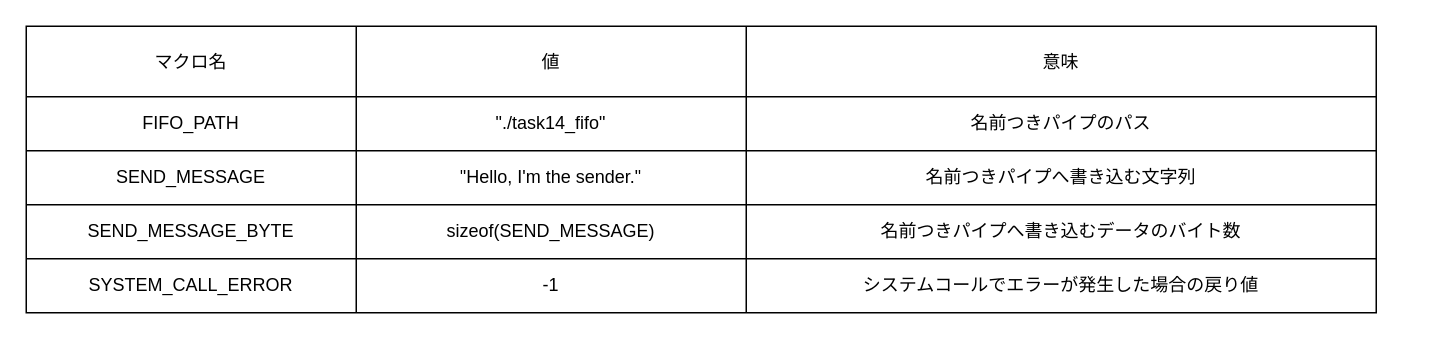
lkq9873/c-training keeps this draw.io diagram as page "外部情報" (2 of 2) of c-advanced/task14_send.drawio. Above is the earlier version. Source tidied: cells renumbered, new cells numbered last; positions are measured from the earlier drawing's top-left corner, leaving out a move shared by most shapes. Both pictures are drawn from the tidied source at 150%, with x=0, y=0 at pixel (26, 26).
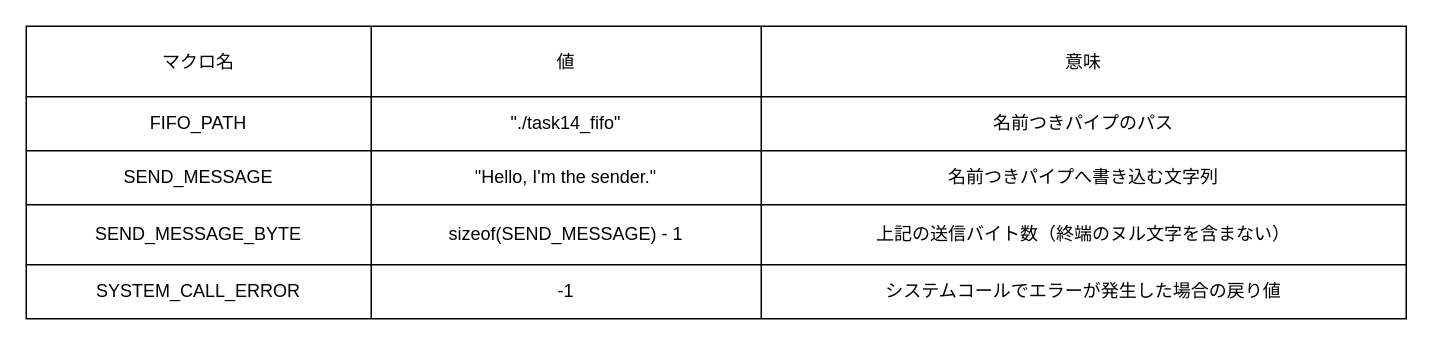
Above is the later version.

What changed in the source:
```diff
@@
-    <mxCell id="0" />
-    <mxCell id="1" parent="0" />
-    <mxCell id="2" style="shape=table;startSize=0;childLayout=tableLayout;" parent="1" vertex="1">
-      <mxGeometry width="900" height="191" as="geometry" />
-    </mxCell>
-    <mxCell id="3" style="shape=tableRow;horizontal=0;startSize=0;swimlaneHead=0;swimlaneBody=0;strokeColor=inherit;top=0;left=0;bottom=0;right=0;fillColor=none;" parent="2" vertex="1">
-      <mxGeometry width="900" height="47" as="geometry" />
-    </mxCell>
+    <mxCell id="23" />
+    <mxCell id="24" parent="23" />
+    <mxCell id="25" style="shape=table;startSize=0;childLayout=tableLayout;" parent="24" vertex="1">
+      <mxGeometry width="920" height="195" as="geometry" />
+    </mxCell>
+    <mxCell id="26" style="shape=tableRow;horizontal=0;startSize=0;swimlaneHead=0;swimlaneBody=0;strokeColor=inherit;top=0;left=0;bottom=0;right=0;fillColor=none;" parent="25" vertex="1">
+      <mxGeometry width="920" height="47" as="geometry" />
+    </mxCell>
-    <mxCell id="4" value="マクロ名" style="shape=partialRectangle;html=1;whiteSpace=wrap;strokeColor=inherit;overflow=hidden;fillColor=none;top=0;left=0;bottom=0;right=0;" parent="3" vertex="1">
-      <mxGeometry width="220" height="47" as="geometry" />
+    <mxCell id="4" value="マクロ名" style="shape=partialRectangle;html=1;whiteSpace=wrap;strokeColor=inherit;overflow=hidden;fillColor=none;top=0;left=0;bottom=0;right=0;" parent="26" vertex="1">
+      <mxGeometry width="230" height="47" as="geometry" />
     </mxCell>
-    <mxCell id="5" value="値" style="shape=partialRectangle;html=1;whiteSpace=wrap;strokeColor=inherit;overflow=hidden;fillColor=none;top=0;left=0;bottom=0;right=0;" parent="3" vertex="1">
-      <mxGeometry x="220" width="260" height="47" as="geometry" />
+    <mxCell id="5" value="値" style="shape=partialRectangle;html=1;whiteSpace=wrap;strokeColor=inherit;overflow=hidden;fillColor=none;top=0;left=0;bottom=0;right=0;" parent="26" vertex="1">
+      <mxGeometry x="230" width="260" height="47" as="geometry" />
     </mxCell>
-    <mxCell id="6" value="意味" style="shape=partialRectangle;html=1;whiteSpace=wrap;strokeColor=inherit;overflow=hidden;fillColor=none;top=0;left=0;bottom=0;right=0;" parent="3" vertex="1">
-      <mxGeometry x="480" width="420" height="47" as="geometry" />
+    <mxCell id="6" value="意味" style="shape=partialRectangle;html=1;whiteSpace=wrap;strokeColor=inherit;overflow=hidden;fillColor=none;top=0;left=0;bottom=0;right=0;" parent="26" vertex="1">
+      <mxGeometry x="490" width="430" height="47" as="geometry" />
     </mxCell>
-    <mxCell id="7" style="shape=tableRow;horizontal=0;startSize=0;swimlaneHead=0;swimlaneBody=0;strokeColor=inherit;top=0;left=0;bottom=0;right=0;fillColor=none;" parent="2" vertex="1">
-      <mxGeometry y="47" width="900" height="36" as="geometry" />
-    </mxCell>
+    <mxCell id="27" style="shape=tableRow;horizontal=0;startSize=0;swimlaneHead=0;swimlaneBody=0;strokeColor=inherit;top=0;left=0;bottom=0;right=0;fillColor=none;" parent="25" vertex="1">
+      <mxGeometry y="47" width="920" height="36" as="geometry" />
+    </mxCell>
-    <mxCell id="8" value="FIFO_PATH" style="shape=partialRectangle;html=1;whiteSpace=wrap;strokeColor=inherit;overflow=hidden;fillColor=none;top=0;left=0;bottom=0;right=0;" parent="7" vertex="1">
-      <mxGeometry width="220" height="36" as="geometry" />
+    <mxCell id="8" value="FIFO_PATH" style="shape=partialRectangle;html=1;whiteSpace=wrap;strokeColor=inherit;overflow=hidden;fillColor=none;top=0;left=0;bottom=0;right=0;" parent="27" vertex="1">
+      <mxGeometry width="230" height="36" as="geometry" />
     </mxCell>
-    <mxCell id="9" value="&quot;./task14_fifo&quot;" style="shape=partialRectangle;html=1;whiteSpace=wrap;strokeColor=inherit;overflow=hidden;fillColor=none;top=0;left=0;bottom=0;right=0;" parent="7" vertex="1">
-      <mxGeometry x="220" width="260" height="36" as="geometry" />
+    <mxCell id="9" value="&quot;./task14_fifo&quot;" style="shape=partialRectangle;html=1;whiteSpace=wrap;strokeColor=inherit;overflow=hidden;fillColor=none;top=0;left=0;bottom=0;right=0;" parent="27" vertex="1">
+      <mxGeometry x="230" width="260" height="36" as="geometry" />
     </mxCell>
-    <mxCell id="10" value="名前つきパイプのパス" style="shape=partialRectangle;html=1;whiteSpace=wrap;strokeColor=inherit;overflow=hidden;fillColor=none;top=0;left=0;bottom=0;right=0;" parent="7" vertex="1">
-      <mxGeometry x="480" width="420" height="36" as="geometry" />
+    <mxCell id="10" value="名前つきパイプのパス" style="shape=partialRectangle;html=1;whiteSpace=wrap;strokeColor=inherit;overflow=hidden;fillColor=none;top=0;left=0;bottom=0;right=0;" parent="27" vertex="1">
+      <mxGeometry x="490" width="430" height="36" as="geometry" />
     </mxCell>
-    <mxCell id="11" style="shape=tableRow;horizontal=0;startSize=0;swimlaneHead=0;swimlaneBody=0;strokeColor=inherit;top=0;left=0;bottom=0;right=0;fillColor=none;" parent="2" vertex="1">
-      <mxGeometry y="83" width="900" height="36" as="geometry" />
-    </mxCell>
+    <mxCell id="28" style="shape=tableRow;horizontal=0;startSize=0;swimlaneHead=0;swimlaneBody=0;strokeColor=inherit;top=0;left=0;bottom=0;right=0;fillColor=none;" parent="25" vertex="1">
+      <mxGeometry y="83" width="920" height="36" as="geometry" />
+    </mxCell>
-    <mxCell id="12" value="SEND_MESSAGE" style="shape=partialRectangle;html=1;whiteSpace=wrap;strokeColor=inherit;overflow=hidden;fillColor=none;top=0;left=0;bottom=0;right=0;" parent="11" vertex="1">
-      <mxGeometry width="220" height="36" as="geometry" />
+    <mxCell id="12" value="SEND_MESSAGE" style="shape=partialRectangle;html=1;whiteSpace=wrap;strokeColor=inherit;overflow=hidden;fillColor=none;top=0;left=0;bottom=0;right=0;" parent="28" vertex="1">
+      <mxGeometry width="230" height="36" as="geometry" />
     </mxCell>
-    <mxCell id="13" value="&quot;Hello, I'm the sender.&quot;" style="shape=partialRectangle;html=1;whiteSpace=wrap;strokeColor=inherit;overflow=hidden;fillColor=none;top=0;left=0;bottom=0;right=0;" parent="11" vertex="1">
-      <mxGeometry x="220" width="260" height="36" as="geometry" />
+    <mxCell id="13" value="&quot;Hello, I'm the sender.&quot;" style="shape=partialRectangle;html=1;whiteSpace=wrap;strokeColor=inherit;overflow=hidden;fillColor=none;top=0;left=0;bottom=0;right=0;" parent="28" vertex="1">
+      <mxGeometry x="230" width="260" height="36" as="geometry" />
     </mxCell>
-    <mxCell id="14" value="名前つきパイプへ書き込む文字列" style="shape=partialRectangle;html=1;whiteSpace=wrap;strokeColor=inherit;overflow=hidden;fillColor=none;top=0;left=0;bottom=0;right=0;" parent="11" vertex="1">
-      <mxGeometry x="480" width="420" height="36" as="geometry" />
+    <mxCell id="14" value="名前つきパイプへ書き込む文字列" style="shape=partialRectangle;html=1;whiteSpace=wrap;strokeColor=inherit;overflow=hidden;fillColor=none;top=0;left=0;bottom=0;right=0;" parent="28" vertex="1">
+      <mxGeometry x="490" width="430" height="36" as="geometry" />
     </mxCell>
-    <mxCell id="15" style="shape=tableRow;horizontal=0;startSize=0;swimlaneHead=0;swimlaneBody=0;strokeColor=inherit;top=0;left=0;bottom=0;right=0;fillColor=none;" parent="2" vertex="1">
-      <mxGeometry y="119" width="900" height="36" as="geometry" />
-    </mxCell>
+    <mxCell id="29" style="shape=tableRow;horizontal=0;startSize=0;swimlaneHead=0;swimlaneBody=0;strokeColor=inherit;top=0;left=0;bottom=0;right=0;fillColor=none;" parent="25" vertex="1">
+      <mxGeometry y="119" width="920" height="40" as="geometry" />
+    </mxCell>
-    <mxCell id="16" value="SEND_MESSAGE_BYTE" style="shape=partialRectangle;html=1;whiteSpace=wrap;strokeColor=inherit;overflow=hidden;fillColor=none;top=0;left=0;bottom=0;right=0;" parent="15" vertex="1">
-      <mxGeometry width="220" height="36" as="geometry" />
+    <mxCell id="16" value="SEND_MESSAGE_BYTE" style="shape=partialRectangle;html=1;whiteSpace=wrap;strokeColor=inherit;overflow=hidden;fillColor=none;top=0;left=0;bottom=0;right=0;" parent="29" vertex="1">
+      <mxGeometry width="230" height="40" as="geometry" />
     </mxCell>
-    <mxCell id="17" value="sizeof(SEND_MESSAGE)" style="shape=partialRectangle;html=1;whiteSpace=wrap;strokeColor=inherit;overflow=hidden;fillColor=none;top=0;left=0;bottom=0;right=0;" parent="15" vertex="1">
-      <mxGeometry x="220" width="260" height="36" as="geometry" />
-    </mxCell>
-    <mxCell id="18" value="名前つきパイプへ書き込むデータのバイト数" style="shape=partialRectangle;html=1;whiteSpace=wrap;strokeColor=inherit;overflow=hidden;fillColor=none;top=0;left=0;bottom=0;right=0;" parent="15" vertex="1">
-      <mxGeometry x="480" width="420" height="36" as="geometry" />
-    </mxCell>
-    <mxCell id="19" style="shape=tableRow;horizontal=0;startSize=0;swimlaneHead=0;swimlaneBody=0;strokeColor=inherit;top=0;left=0;bottom=0;right=0;fillColor=none;" parent="2" vertex="1">
-      <mxGeometry y="155" width="900" height="36" as="geometry" />
-    </mxCell>
+    <mxCell id="30" value="sizeof(SEND_MESSAGE) - 1" style="shape=partialRectangle;html=1;whiteSpace=wrap;strokeColor=inherit;overflow=hidden;fillColor=none;top=0;left=0;bottom=0;right=0;" parent="29" vertex="1">
+      <mxGeometry x="230" width="260" height="40" as="geometry" />
+    </mxCell>
+    <mxCell id="31" value="上記の送信バイト数（終端のヌル文字を含まない）" style="shape=partialRectangle;html=1;whiteSpace=wrap;strokeColor=inherit;overflow=hidden;fillColor=none;top=0;left=0;bottom=0;right=0;" parent="29" vertex="1">
+      <mxGeometry x="490" width="430" height="40" as="geometry" />
+    </mxCell>
+    <mxCell id="32" style="shape=tableRow;horizontal=0;startSize=0;swimlaneHead=0;swimlaneBody=0;strokeColor=inherit;top=0;left=0;bottom=0;right=0;fillColor=none;" parent="25" vertex="1">
+      <mxGeometry y="159" width="920" height="36" as="geometry" />
+    </mxCell>
-    <mxCell id="20" value="SYSTEM_CALL_ERROR" style="shape=partialRectangle;html=1;whiteSpace=wrap;strokeColor=inherit;overflow=hidden;fillColor=none;top=0;left=0;bottom=0;right=0;" parent="19" vertex="1">
-      <mxGeometry width="220" height="36" as="geometry" />
+    <mxCell id="20" value="SYSTEM_CALL_ERROR" style="shape=partialRectangle;html=1;whiteSpace=wrap;strokeColor=inherit;overflow=hidden;fillColor=none;top=0;left=0;bottom=0;right=0;" parent="32" vertex="1">
+      <mxGeometry width="230" height="36" as="geometry" />
     </mxCell>
-    <mxCell id="21" value="-1" style="shape=partialRectangle;html=1;whiteSpace=wrap;strokeColor=inherit;overflow=hidden;fillColor=none;top=0;left=0;bottom=0;right=0;" parent="19" vertex="1">
-      <mxGeometry x="220" width="260" height="36" as="geometry" />
+    <mxCell id="21" value="-1" style="shape=partialRectangle;html=1;whiteSpace=wrap;strokeColor=inherit;overflow=hidden;fillColor=none;top=0;left=0;bottom=0;right=0;" parent="32" vertex="1">
+      <mxGeometry x="230" width="260" height="36" as="geometry" />
     </mxCell>
-    <mxCell id="22" value="システムコールでエラーが発生した場合の戻り値" style="shape=partialRectangle;html=1;whiteSpace=wrap;strokeColor=inherit;overflow=hidden;fillColor=none;top=0;left=0;bottom=0;right=0;" parent="19" vertex="1">
-      <mxGeometry x="480" width="420" height="36" as="geometry" />
+    <mxCell id="22" value="システムコールでエラーが発生した場合の戻り値" style="shape=partialRectangle;html=1;whiteSpace=wrap;strokeColor=inherit;overflow=hidden;fillColor=none;top=0;left=0;bottom=0;right=0;" parent="32" vertex="1">
+      <mxGeometry x="490" width="430" height="36" as="geometry" />
     </mxCell>
```
